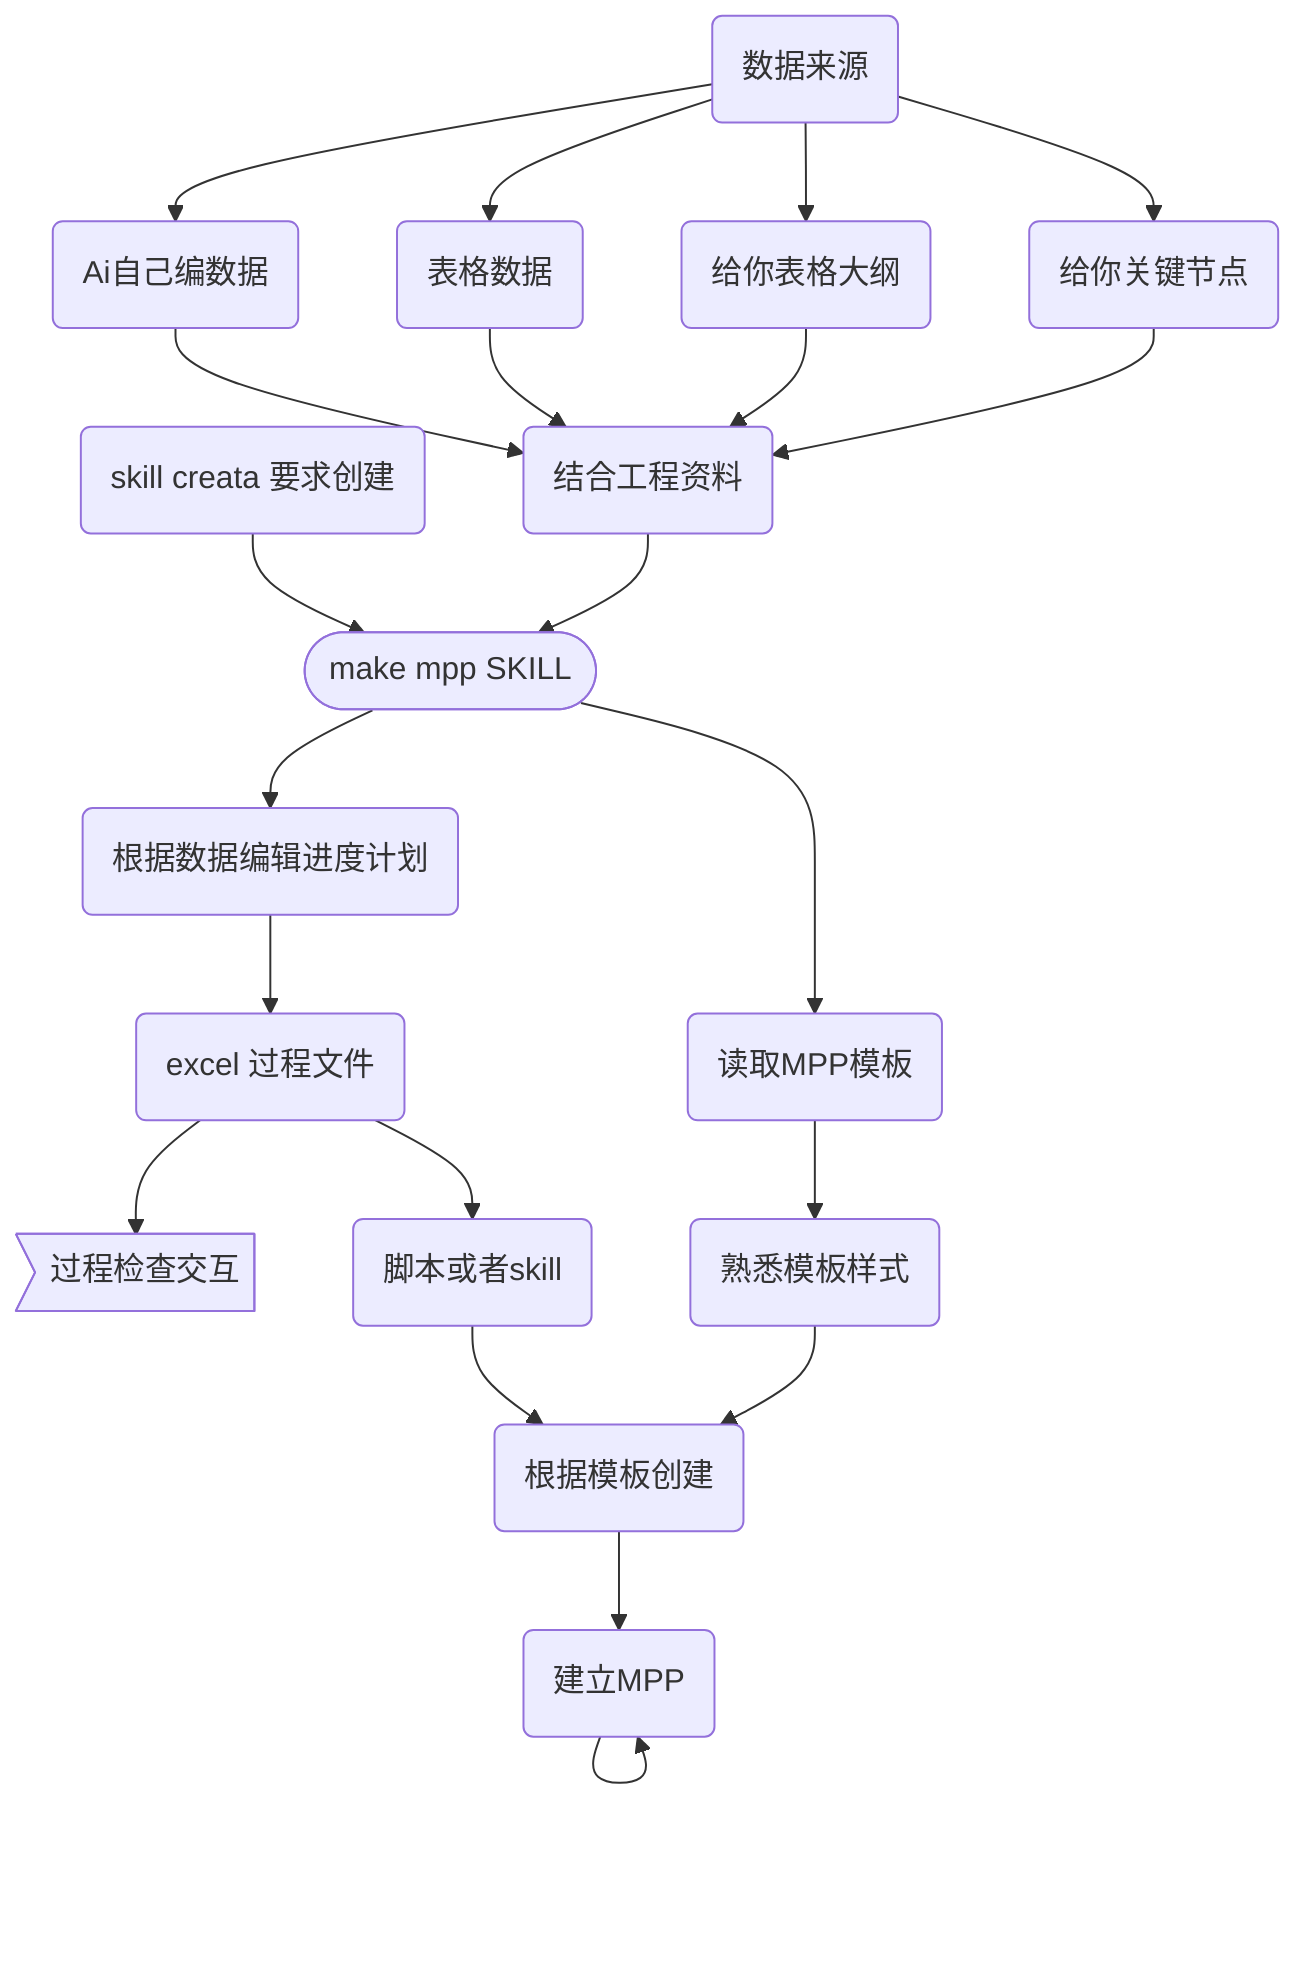
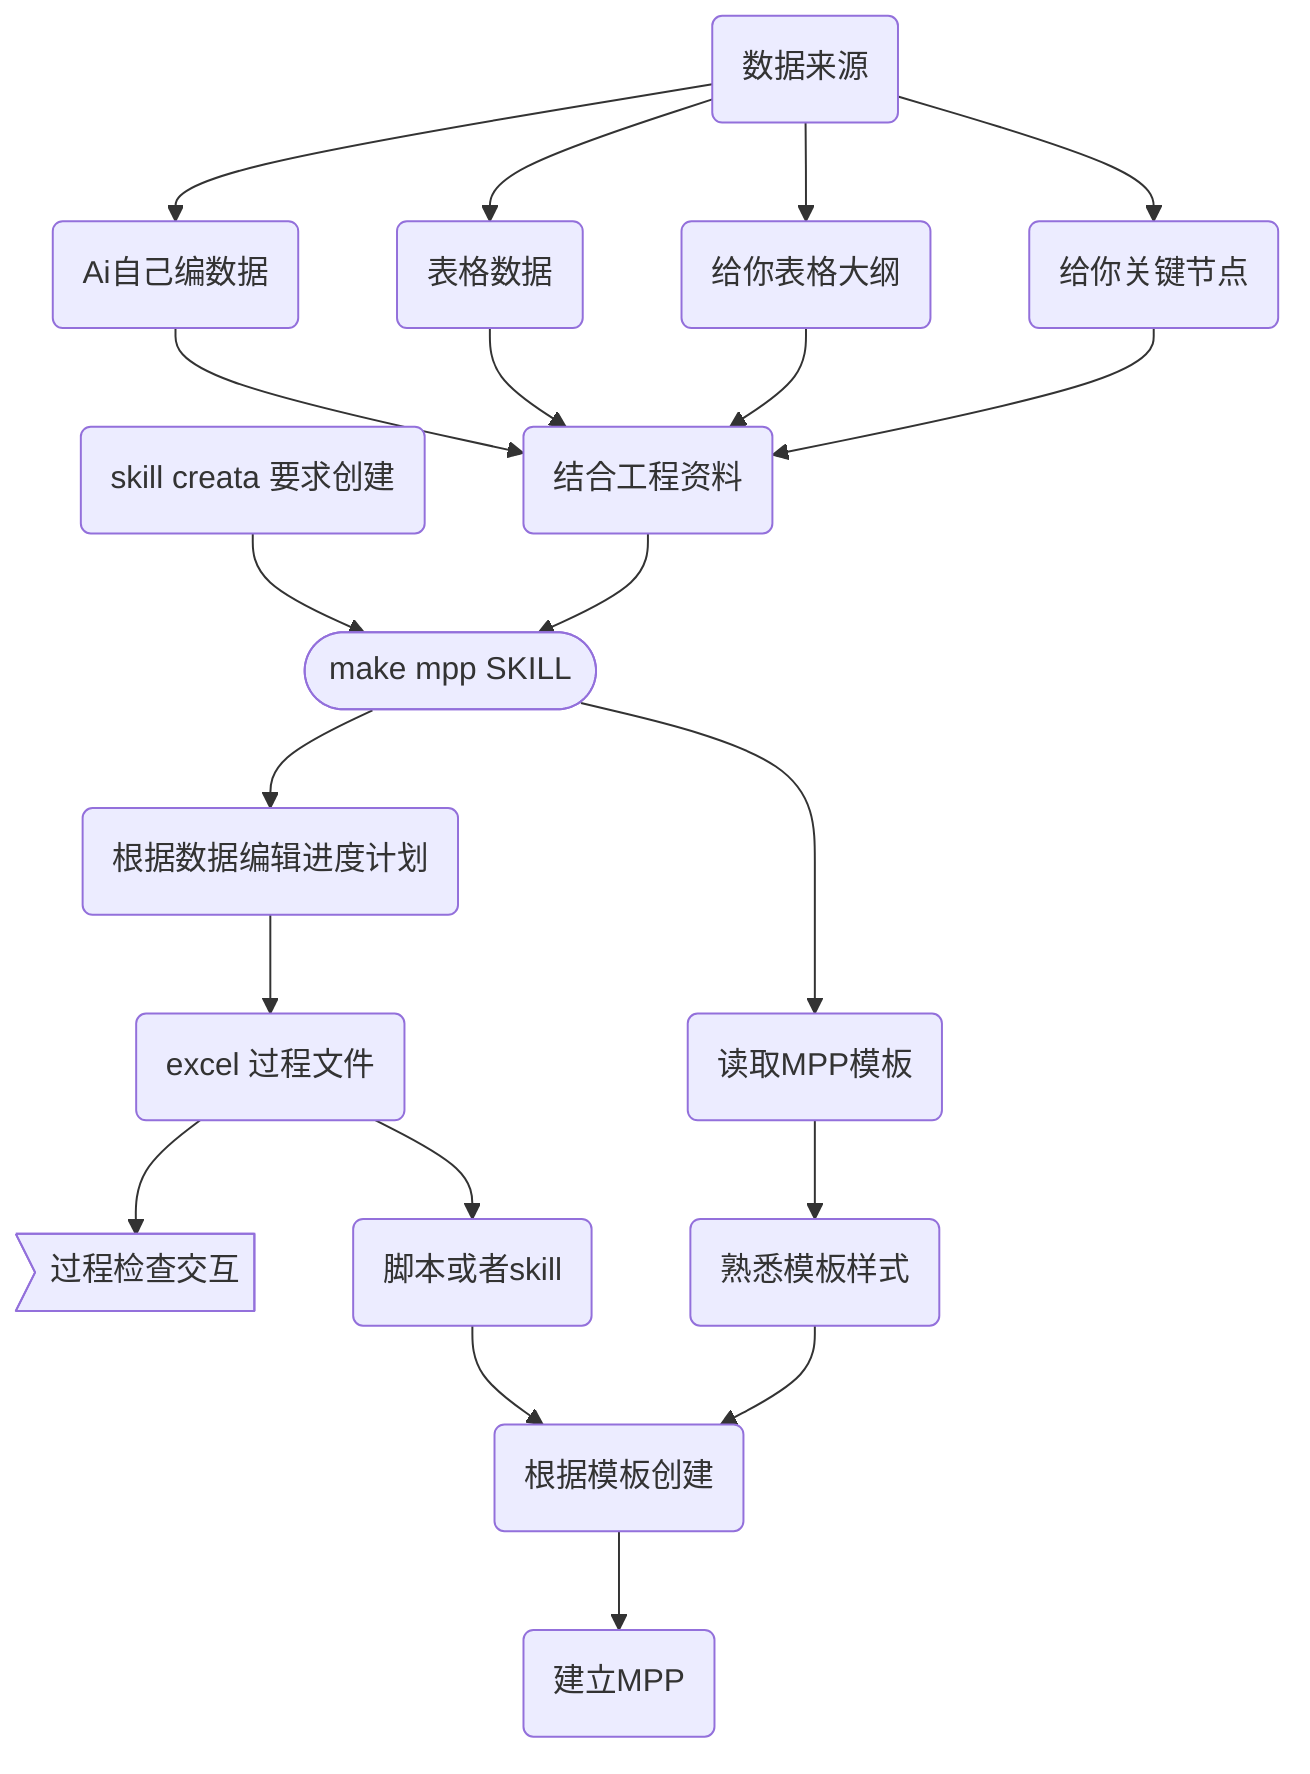
flowchart TD
  n_0(["make mpp SKILL"])
  n_1("数据来源")
  n_2("skill  creata 要求创建")
  n_3("Ai自己编数据")
  n_4("表格数据")
  n_5("建立MPP")
  n_6("给你表格大纲")
  n_7("给你关键节点")
  n_8("结合工程资料")
  n_9("excel 过程文件")
  n_10("根据数据编辑进度计划")
  n_11>"过程检查交互"]
  n_12("脚本或者skill")
  n_13("读取MPP模板")
  n_14("根据模板创建")
  n_15("熟悉模板样式")
  n_2 --> n_0
  n_1 --> n_3
  n_1 --> n_4
  n_1 --> n_6
  n_1 --> n_7
  n_3 --> n_8
  n_4 --> n_8
  n_6 --> n_8
  n_7 --> n_8
  n_8 --> n_0
  n_0 --> n_10
  n_10 --> n_9
  n_9 --> n_11
  n_0 --> n_13
  n_12 --> n_14
  n_14 --> n_5
-   n_5 --> n_5
  n_13 --> n_15
  n_9 --> n_12
  n_15 --> n_14
